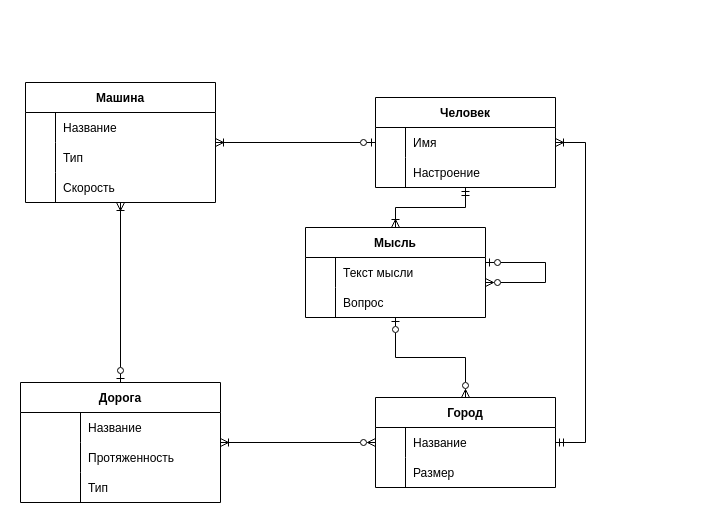
This is bd_1.drawio from Azat2202/BD_lab3, a draw.io file, before an edit. Source tidied: cells renumbered, new cells numbered last; positions are measured from the earlier drawing's top-left corner, leaving out a move shared by most shapes. Both pictures are drawn from the tidied source at 100%, with x=0, y=0 at pixel (20, 82).
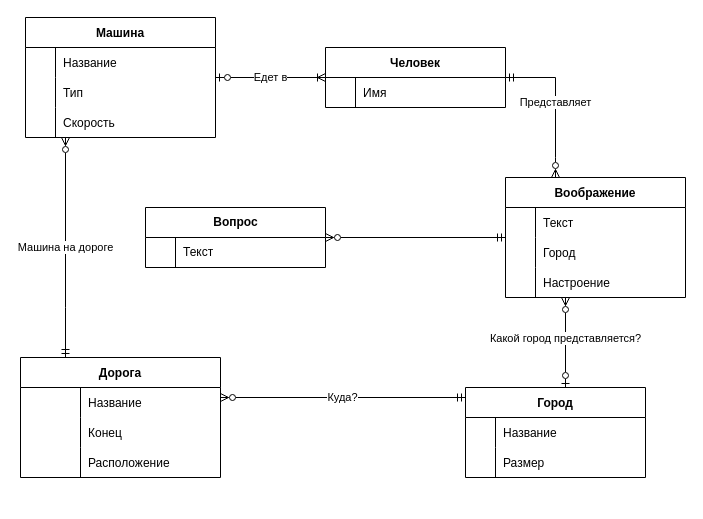
The same page after the edit.

The change refers to these unchanged cells:
```xml
<mxCell id="27" style="shape=tableRow;horizontal=0;startSize=0;swimlaneHead=0;swimlaneBody=0;fillColor=none;top=0;left=0;right=0;bottom=0;" parent="26" vertex="1">
  <mxGeometry y="30" width="180" height="30" as="geometry" />
</mxCell>
```

Diff of the diagram source:
```diff
@@
+    <mxCell id="50" value="Куда?" style="edgeStyle=orthogonalEdgeStyle;rounded=0;jettySize=auto;html=1;startArrow=ERmandOne;startFill=0;endArrow=ERzeroToMany;endFill=0;" parent="1" edge="1" source="2" target="33">
+      <mxGeometry relative="1" as="geometry">
+        <Array as="points">
+          <mxPoint x="325" y="315" />
+          <mxPoint x="325" y="315" />
+        </Array>
+      </mxGeometry>
+    </mxCell>
     <mxCell id="2" value="Город" style="shape=table;startSize=30;childLayout=tableLayout;rowLines=0;fontStyle=1;align=center;" parent="1" vertex="1">
-      <mxGeometry x="355" y="315" width="180" height="90" as="geometry" />
+      <mxGeometry x="445" y="305" width="180" height="90" as="geometry" />
     </mxCell>
@@
     <mxCell id="9" value="Машина" style="shape=table;startSize=30;childLayout=tableLayout;rowLines=0;fontStyle=1;align=center;" parent="1" vertex="1">
-      <mxGeometry x="5" width="190" height="120" as="geometry" />
+      <mxGeometry x="5" y="-65" width="190" height="120" as="geometry" />
     </mxCell>
@@
     <mxCell id="19" value="Человек" style="shape=table;startSize=30;childLayout=tableLayout;rowLines=0;fontStyle=1;align=center;" parent="1" vertex="1">
-      <mxGeometry x="355" y="15" width="180" height="90" as="geometry" />
+      <mxGeometry x="305" y="-35" width="180" height="60" as="geometry" />
     </mxCell>
@@
-    <mxCell id="23" style="shape=tableRow;horizontal=0;startSize=0;swimlaneHead=0;swimlaneBody=0;fillColor=none;top=0;left=0;right=0;bottom=0;" parent="19" vertex="1">
-      <mxGeometry y="60" width="180" height="30" as="geometry" />
-    </mxCell>
-    <mxCell id="24" style="shape=partialRectangle;fillColor=none;top=0;left=0;bottom=0;right=0;overflow=hidden;" parent="23" vertex="1">
-      <mxGeometry width="30" height="30" as="geometry" />
-    </mxCell>
-    <mxCell id="25" value="Настроение" style="shape=partialRectangle;fillColor=none;top=0;left=0;bottom=0;right=0;align=left;spacingLeft=6;overflow=hidden;" parent="23" vertex="1">
-      <mxGeometry x="30" width="150" height="30" as="geometry" />
-    </mxCell>
+    <mxCell id="51" style="edgeStyle=orthogonalEdgeStyle;rounded=0;jettySize=auto;html=1;startArrow=ERmandOne;startFill=0;endArrow=ERzeroToMany;endFill=0;" parent="1" edge="1" source="26" target="32">
+      <mxGeometry relative="1" as="geometry" />
+    </mxCell>
-    <mxCell id="26" value="Мысль" style="shape=table;startSize=30;childLayout=tableLayout;rowLines=0;fontStyle=1;align=center;" parent="1" vertex="1">
-      <mxGeometry x="285" y="145" width="180" height="90" as="geometry" />
+    <mxCell id="26" value="Воображение" style="shape=table;startSize=30;childLayout=tableLayout;rowLines=0;fontStyle=1;align=center;" parent="1" vertex="1">
+      <mxGeometry x="485" y="95" width="180" height="120" as="geometry" />
     </mxCell>
@@
-    <mxCell id="29" value="Текст мысли" style="shape=partialRectangle;fillColor=none;top=0;left=0;bottom=0;right=0;align=left;spacingLeft=6;overflow=hidden;" parent="27" vertex="1">
+    <mxCell id="29" value="Текст" style="shape=partialRectangle;fillColor=none;top=0;left=0;bottom=0;right=0;align=left;spacingLeft=6;overflow=hidden;" parent="27" vertex="1">
       <mxGeometry x="30" width="150" height="30" as="geometry" />
     </mxCell>
-    <mxCell id="30" style="shape=tableRow;horizontal=0;startSize=0;swimlaneHead=0;swimlaneBody=0;fillColor=none;top=0;left=0;right=0;bottom=0;" parent="26" vertex="1">
-      <mxGeometry y="60" width="180" height="30" as="geometry" />
-    </mxCell>
-    <mxCell id="31" style="shape=partialRectangle;fillColor=none;top=0;left=0;bottom=0;right=0;overflow=hidden;" parent="30" vertex="1">
-      <mxGeometry width="30" height="30" as="geometry" />
-    </mxCell>
-    <mxCell id="32" value="Вопрос" style="shape=partialRectangle;fillColor=none;top=0;left=0;bottom=0;right=0;align=left;spacingLeft=6;overflow=hidden;" parent="30" vertex="1">
-      <mxGeometry x="30" width="150" height="30" as="geometry" />
-    </mxCell>
+    <mxCell id="52" style="shape=tableRow;horizontal=0;startSize=0;swimlaneHead=0;swimlaneBody=0;fillColor=none;top=0;left=0;right=0;bottom=0;" parent="26" vertex="1">
+      <mxGeometry y="60" width="180" height="30" as="geometry" />
+    </mxCell>
+    <mxCell id="53" style="shape=partialRectangle;fillColor=none;top=0;left=0;bottom=0;right=0;overflow=hidden;" parent="52" vertex="1">
+      <mxGeometry width="30" height="30" as="geometry" />
+    </mxCell>
+    <mxCell id="54" value="Город" style="shape=partialRectangle;fillColor=none;top=0;left=0;bottom=0;right=0;align=left;spacingLeft=6;overflow=hidden;" parent="52" vertex="1">
+      <mxGeometry x="30" width="150" height="30" as="geometry" />
+    </mxCell>
+    <mxCell id="55" style="shape=tableRow;horizontal=0;startSize=0;swimlaneHead=0;swimlaneBody=0;fillColor=none;top=0;left=0;right=0;bottom=0;" parent="26" vertex="1">
+      <mxGeometry y="90" width="180" height="30" as="geometry" />
+    </mxCell>
+    <mxCell id="56" style="shape=partialRectangle;fillColor=none;top=0;left=0;bottom=0;right=0;overflow=hidden;" parent="55" vertex="1">
+      <mxGeometry width="30" height="30" as="geometry" />
+    </mxCell>
+    <mxCell id="25" value="Настроение" style="shape=partialRectangle;fillColor=none;top=0;left=0;bottom=0;right=0;align=left;spacingLeft=6;overflow=hidden;" parent="55" vertex="1">
+      <mxGeometry x="30" width="150" height="30" as="geometry" />
+    </mxCell>
     <mxCell id="33" value="Дорога" style="shape=table;startSize=30;childLayout=tableLayout;rowLines=0;fontStyle=1;align=center;" parent="1" vertex="1">
-      <mxGeometry y="300" width="200" height="120" as="geometry" />
+      <mxGeometry y="275" width="200" height="120" as="geometry" />
     </mxCell>
@@
-    <mxCell id="37" style="shape=tableRow;horizontal=0;startSize=0;swimlaneHead=0;swimlaneBody=0;fillColor=none;top=0;left=0;right=0;bottom=0;" parent="33" vertex="1">
-      <mxGeometry y="60" width="200" height="30" as="geometry" />
-    </mxCell>
-    <mxCell id="38" style="shape=partialRectangle;fillColor=none;top=0;left=0;bottom=0;right=0;overflow=hidden;" parent="37" vertex="1">
-      <mxGeometry width="60" height="30" as="geometry" />
-    </mxCell>
-    <mxCell id="39" value="Протяженность" style="shape=partialRectangle;fillColor=none;top=0;left=0;bottom=0;right=0;align=left;spacingLeft=6;overflow=hidden;" parent="37" vertex="1">
-      <mxGeometry x="60" width="140" height="30" as="geometry" />
-    </mxCell>
     <mxCell id="40" style="shape=tableRow;horizontal=0;startSize=0;swimlaneHead=0;swimlaneBody=0;fillColor=none;top=0;left=0;right=0;bottom=0;" parent="33" vertex="1">
-      <mxGeometry y="90" width="200" height="30" as="geometry" />
+      <mxGeometry y="60" width="200" height="30" as="geometry" />
     </mxCell>
@@
-    <mxCell id="42" value="Тип" style="shape=partialRectangle;fillColor=none;top=0;left=0;bottom=0;right=0;align=left;spacingLeft=6;overflow=hidden;" parent="40" vertex="1">
+    <mxCell id="42" value="Конец" style="shape=partialRectangle;fillColor=none;top=0;left=0;bottom=0;right=0;align=left;spacingLeft=6;overflow=hidden;" parent="40" vertex="1">
       <mxGeometry x="60" width="140" height="30" as="geometry" />
     </mxCell>
-    <mxCell id="43" style="edgeStyle=entityRelationEdgeStyle;fontSize=12;html=1;endArrow=ERoneToMany;startArrow=ERmandOne;rounded=0;startFill=0;endFill=0;" parent="1" edge="1" source="2" target="19">
-      <mxGeometry relative="1" as="geometry" />
-    </mxCell>
+    <mxCell id="57" style="shape=tableRow;horizontal=0;startSize=0;swimlaneHead=0;swimlaneBody=0;fillColor=none;top=0;left=0;right=0;bottom=0;" parent="33" vertex="1">
+      <mxGeometry y="90" width="200" height="30" as="geometry" />
+    </mxCell>
+    <mxCell id="38" style="shape=partialRectangle;fillColor=none;top=0;left=0;bottom=0;right=0;overflow=hidden;" parent="57" vertex="1">
+      <mxGeometry width="60" height="30" as="geometry" />
+    </mxCell>
+    <mxCell id="58" value="Расположение" style="shape=partialRectangle;fillColor=none;top=0;left=0;bottom=0;right=0;align=left;spacingLeft=6;overflow=hidden;" parent="57" vertex="1">
+      <mxGeometry x="60" width="140" height="30" as="geometry" />
+    </mxCell>
-    <mxCell id="44" style="edgeStyle=orthogonalEdgeStyle;rounded=0;jumpStyle=none;jettySize=auto;html=1;startArrow=ERzeroToOne;startFill=0;endArrow=ERoneToMany;endFill=0;" parent="1" edge="1" source="33" target="9">
-      <mxGeometry relative="1" as="geometry" />
+    <mxCell id="44" value="Машина на дороге" style="edgeStyle=orthogonalEdgeStyle;rounded=0;jumpStyle=none;jettySize=auto;html=1;startArrow=ERmandOne;startFill=0;endArrow=ERzeroToMany;endFill=0;" parent="1" edge="1" source="33" target="9">
+      <mxGeometry relative="1" as="geometry">
+        <Array as="points">
+          <mxPoint x="45" y="225" />
+          <mxPoint x="45" y="225" />
+        </Array>
+      </mxGeometry>
     </mxCell>
-    <mxCell id="45" style="edgeStyle=orthogonalEdgeStyle;rounded=0;jumpStyle=none;jettySize=auto;html=1;startArrow=ERoneToMany;startFill=0;endArrow=ERzeroToMany;endFill=0;" parent="1" edge="1" source="33" target="2">
-      <mxGeometry relative="1" as="geometry" />
-    </mxCell>
-    <mxCell id="46" style="edgeStyle=orthogonalEdgeStyle;rounded=0;jumpStyle=none;jettySize=auto;html=1;startArrow=ERoneToMany;startFill=0;endArrow=ERmandOne;endFill=0;" parent="1" edge="1" source="26" target="19">
-      <mxGeometry relative="1" as="geometry" />
+    <mxCell id="46" value="Представляет" style="edgeStyle=orthogonalEdgeStyle;rounded=0;jumpStyle=none;jettySize=auto;html=1;startArrow=ERzeroToMany;startFill=0;endArrow=ERmandOne;endFill=0;" parent="1" edge="1" source="26" target="19">
+      <mxGeometry relative="1" as="geometry">
+        <Array as="points">
+          <mxPoint x="535" y="75" />
+          <mxPoint x="535" y="75" />
+        </Array>
+      </mxGeometry>
     </mxCell>
-    <mxCell id="47" style="edgeStyle=orthogonalEdgeStyle;rounded=0;jumpStyle=none;jettySize=auto;html=1;startArrow=ERzeroToOne;startFill=0;endArrow=ERzeroToMany;endFill=0;" parent="1" edge="1" source="26" target="2">
-      <mxGeometry relative="1" as="geometry" />
+    <mxCell id="47" value="Какой город представляется?" style="edgeStyle=orthogonalEdgeStyle;rounded=0;jumpStyle=none;jettySize=auto;html=1;startArrow=ERzeroToMany;startFill=0;endArrow=ERzeroToOne;endFill=0;" parent="1" edge="1" source="26" target="2">
+      <mxGeometry x="-0.1" relative="1" as="geometry">
+        <Array as="points">
+          <mxPoint x="545" y="255" />
+          <mxPoint x="545" y="255" />
+        </Array>
+      </mxGeometry>
     </mxCell>
-    <mxCell id="48" style="edgeStyle=orthogonalEdgeStyle;rounded=0;jumpStyle=none;jettySize=auto;html=1;startArrow=ERoneToMany;startFill=0;endArrow=ERzeroToOne;endFill=0;" parent="1" edge="1" source="9" target="19">
+    <mxCell id="48" value="Едет в" style="edgeStyle=orthogonalEdgeStyle;rounded=0;jumpStyle=none;jettySize=auto;html=1;startArrow=ERzeroToOne;startFill=0;endArrow=ERoneToMany;endFill=0;" parent="1" edge="1" source="9" target="19">
       <mxGeometry relative="1" as="geometry" />
     </mxCell>
-    <mxCell id="49" style="edgeStyle=orthogonalEdgeStyle;rounded=0;orthogonalLoop=1;jettySize=auto;html=1;startArrow=ERzeroToOne;startFill=0;endArrow=ERzeroToMany;endFill=0;" parent="1" edge="1" source="26" target="26">
-      <mxGeometry relative="1" as="geometry">
-        <Array as="points">
-          <mxPoint x="525" y="195" />
-        </Array>
-      </mxGeometry>
-    </mxCell>
+    <mxCell id="32" value="Вопрос" style="shape=table;startSize=30;childLayout=tableLayout;rowLines=0;fontStyle=1;align=center;html=1;" parent="1" vertex="1">
+      <mxGeometry x="125" y="125" width="180" height="60" as="geometry" />
+    </mxCell>
+    <mxCell id="59" style="shape=tableRow;horizontal=0;startSize=0;swimlaneHead=0;swimlaneBody=0;fillColor=none;top=0;left=0;right=0;bottom=0;" parent="32" vertex="1">
+      <mxGeometry y="30" width="180" height="30" as="geometry" />
+    </mxCell>
+    <mxCell id="60" style="shape=partialRectangle;fillColor=none;top=0;left=0;bottom=0;right=0;overflow=hidden;whiteSpace=wrap;html=1;" parent="59" vertex="1">
+      <mxGeometry width="30" height="30" as="geometry" />
+    </mxCell>
+    <mxCell id="61" value="Текст" style="shape=partialRectangle;fillColor=none;top=0;left=0;bottom=0;right=0;align=left;spacingLeft=6;overflow=hidden;whiteSpace=wrap;html=1;" parent="59" vertex="1">
+      <mxGeometry x="30" width="150" height="30" as="geometry" />
+    </mxCell>
```
